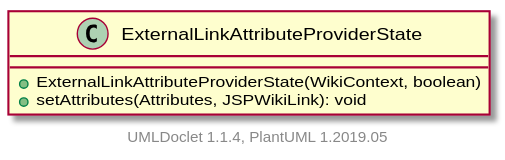
The PlantUML diagram apidocs/2.11.0.M7-SNAPSHOT/org/apache/wiki/markdown/extensions/jspwikilinks/attributeprovider/ExternalLinkAttributeProviderState.svg in apache/jspwiki-site, before a commit.
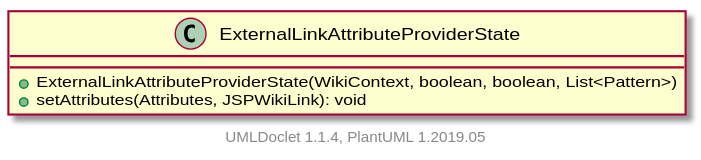
After the change.

Change to the diagram source:
```diff
@@ -1,7 +1,7 @@
 @startuml
 
     class ExternalLinkAttributeProviderState [[ExternalLinkAttributeProviderState.html]] {
-        +ExternalLinkAttributeProviderState(WikiContext, boolean)
+        +ExternalLinkAttributeProviderState(WikiContext, boolean, boolean, List<Pattern>)
         +setAttributes(Attributes, JSPWikiLink): void
     }
 
```
